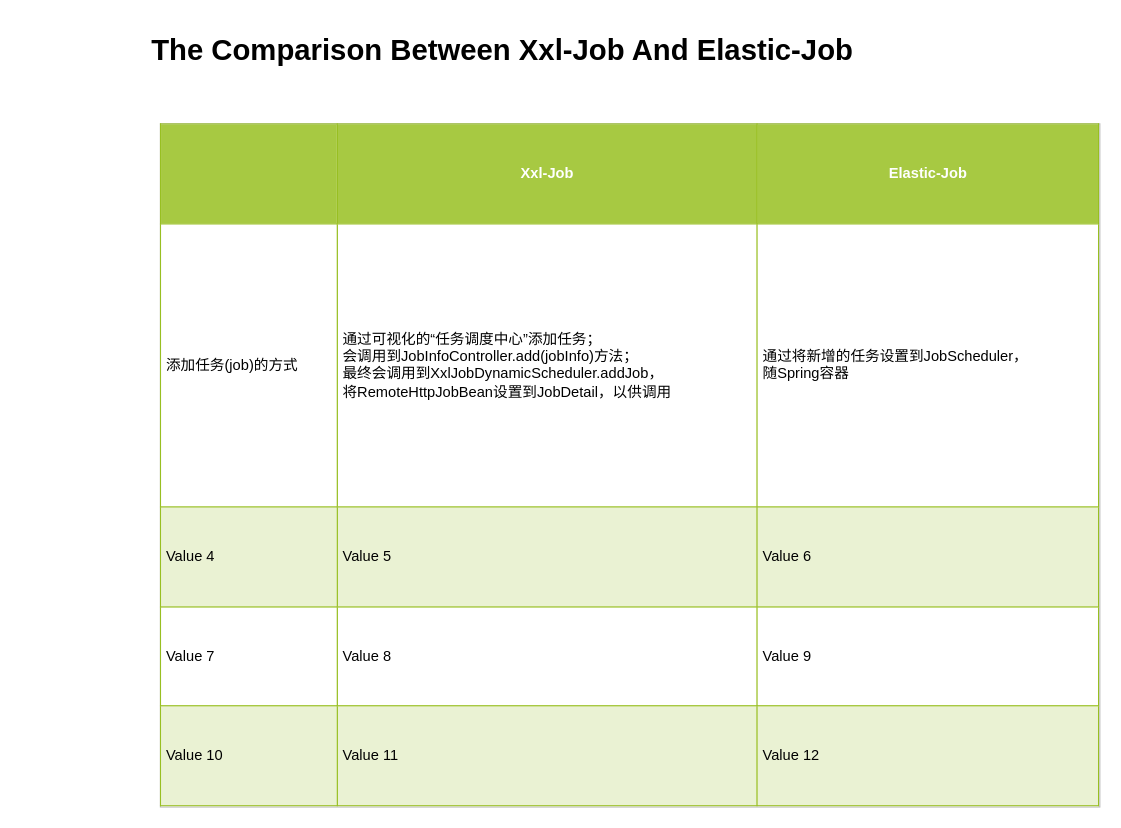
Before: xxl-job/The Comparison Between Xxl-Job And Elastic-Job.drawio in llrrbaba/BlogList, a draw.io diagram. Source tidied: cells renumbered, new cells numbered last; positions are measured from the earlier drawing's top-left corner, leaving out a move shared by most shapes. Both pictures are drawn from the tidied source at 122%, with x=0, y=0 at pixel (26, 26).
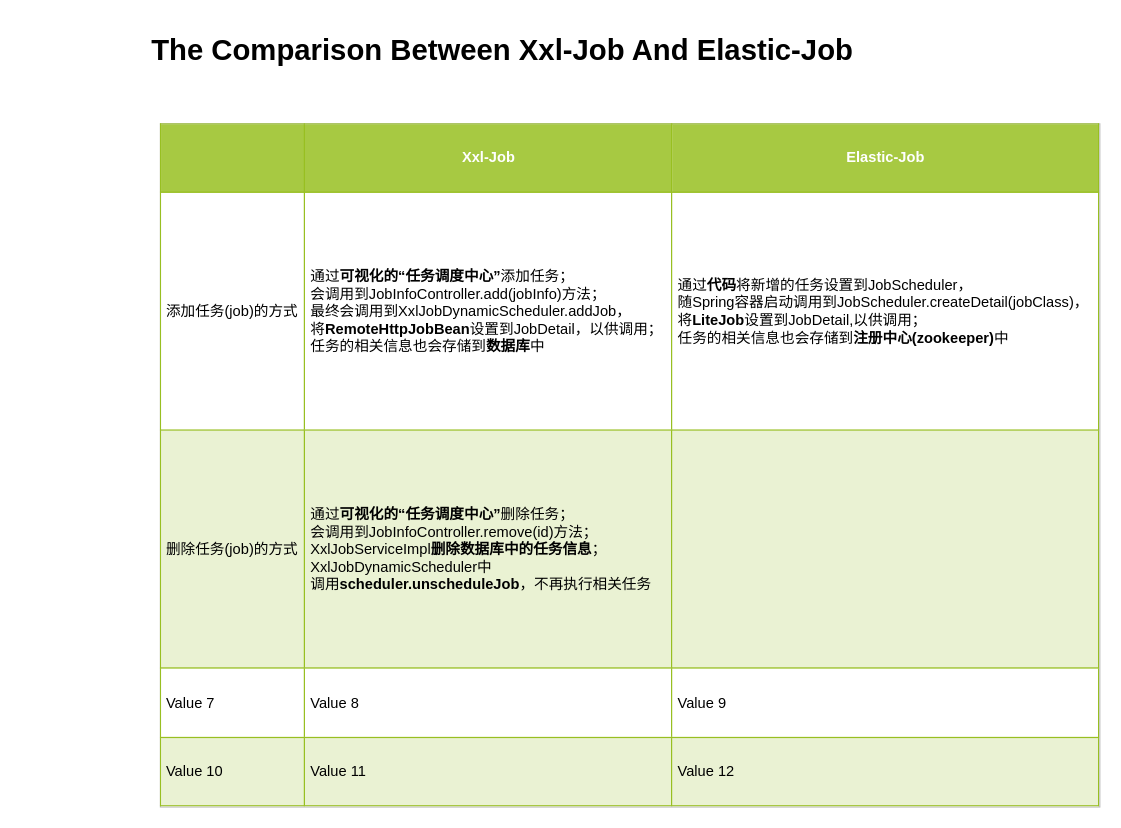
Above is the later version.

What changed in the source:
```diff
@@
 <mxGraphModel background="#ffffff">
   <root>
     <mxCell id="0" />
     <mxCell id="1" parent="0" />
     <mxCell id="2" value="The C&lt;span&gt;omparison Between Xxl-Job And Elastic-Job&lt;/span&gt;" style="text;strokeColor=none;fillColor=none;html=1;fontSize=24;fontStyle=1;verticalAlign=middle;align=center;rounded=0;shadow=1;" parent="1" vertex="1">
       <mxGeometry width="780" height="40" as="geometry" />
     </mxCell>
-    <mxCell id="3" value="&lt;table border=&quot;1&quot; width=&quot;100%&quot; cellpadding=&quot;4&quot; style=&quot;width: 100% ; height: 100% ; border-collapse: collapse&quot;&gt;&lt;tbody&gt;&lt;tr style=&quot;background-color: #a7c942 ; color: #ffffff ; border: 1px solid #98bf21&quot;&gt;&lt;th align=&quot;left&quot;&gt;&lt;br&gt;&lt;/th&gt;&lt;th align=&quot;left&quot; style=&quot;text-align: center&quot;&gt;Xxl-Job&lt;/th&gt;&lt;th align=&quot;left&quot; style=&quot;text-align: center&quot;&gt;Elastic-Job&lt;/th&gt;&lt;/tr&gt;&lt;tr style=&quot;border: 1px solid #98bf21&quot;&gt;&lt;td&gt;添加任务(job)的方式&lt;/td&gt;&lt;td&gt;通过可视化的“任务调度中心”添加任务；&lt;br&gt;会调用到JobInfoController.add(jobInfo)方法；&lt;br&gt;最终会调用到XxlJobDynamicScheduler.addJob，&lt;br&gt;将RemoteHttpJobBean设置到JobDetail，以供调用&lt;/td&gt;&lt;td&gt;通过将新增的任务设置到JobScheduler，&lt;br&gt;随Spring容器&lt;/td&gt;&lt;/tr&gt;&lt;tr style=&quot;background-color: #eaf2d3 ; border: 1px solid #98bf21&quot;&gt;&lt;td&gt;Value 4&lt;/td&gt;&lt;td&gt;Value 5&lt;/td&gt;&lt;td&gt;Value 6&lt;/td&gt;&lt;/tr&gt;&lt;tr style=&quot;border: 1px solid #98bf21&quot;&gt;&lt;td&gt;Value 7&lt;/td&gt;&lt;td&gt;Value 8&lt;/td&gt;&lt;td&gt;Value 9&lt;/td&gt;&lt;/tr&gt;&lt;tr style=&quot;background-color: #eaf2d3 ; border: 1px solid #98bf21&quot;&gt;&lt;td&gt;Value 10&lt;/td&gt;&lt;td&gt;Value 11&lt;/td&gt;&lt;td&gt;Value 12&lt;/td&gt;&lt;/tr&gt;&lt;/tbody&gt;&lt;/table&gt;" style="text;html=1;strokeColor=#c0c0c0;fillColor=#ffffff;overflow=fill;rounded=0;" parent="1" vertex="1">
+    <mxCell id="3" value="&lt;table border=&quot;1&quot; width=&quot;100%&quot; cellpadding=&quot;4&quot; style=&quot;width: 100% ; height: 100% ; border-collapse: collapse&quot;&gt;&lt;tbody&gt;&lt;tr style=&quot;background-color: #a7c942 ; color: #ffffff ; border: 1px solid #98bf21&quot;&gt;&lt;th align=&quot;left&quot;&gt;&lt;br&gt;&lt;/th&gt;&lt;th align=&quot;left&quot; style=&quot;text-align: center&quot;&gt;Xxl-Job&lt;/th&gt;&lt;th align=&quot;left&quot; style=&quot;text-align: center&quot;&gt;Elastic-Job&lt;/th&gt;&lt;/tr&gt;&lt;tr style=&quot;border: 1px solid #98bf21&quot;&gt;&lt;td&gt;添加任务(job)的方式&lt;/td&gt;&lt;td&gt;通过&lt;b&gt;可视化的“任务调度中心”&lt;/b&gt;添加任务；&lt;br&gt;会调用到JobInfoController.add(jobInfo)方法；&lt;br&gt;最终会调用到XxlJobDynamicScheduler.addJob，&lt;br&gt;将&lt;b&gt;RemoteHttpJobBean&lt;/b&gt;设置到JobDetail，以供调用；&lt;br&gt;任务的相关信息也会存储到&lt;b&gt;数据库&lt;/b&gt;中&lt;/td&gt;&lt;td&gt;通过&lt;b&gt;代码&lt;/b&gt;将新增的任务设置到JobScheduler，&lt;br&gt;随Spring容器启动调用到JobScheduler.createDetail(jobClass)，&lt;br&gt;将&lt;b&gt;LiteJob&lt;/b&gt;设置到JobDetail,以供调用；&lt;br&gt;任务的相关信息也会存储到&lt;b&gt;注册中心(zookeeper)&lt;/b&gt;中&lt;/td&gt;&lt;/tr&gt;&lt;tr style=&quot;background-color: #eaf2d3 ; border: 1px solid #98bf21&quot;&gt;&lt;td&gt;删除任务(job)的方式&lt;/td&gt;&lt;td&gt;通过&lt;b&gt;可视化的“任务调度中心”&lt;/b&gt;删除任务；&lt;br&gt;会调用到JobInfoController.remove(id)方法；&lt;br&gt;XxlJobServiceImpl&lt;b&gt;删除数据库中的任务信息&lt;/b&gt;；&lt;br&gt;XxlJobDynamicScheduler中&lt;br&gt;调用&lt;b&gt;scheduler&lt;/b&gt;&lt;b&gt;.unscheduleJob&lt;/b&gt;，不再执行相关任务&lt;/td&gt;&lt;td&gt;&lt;br&gt;&lt;/td&gt;&lt;/tr&gt;&lt;tr style=&quot;border: 1px solid #98bf21&quot;&gt;&lt;td&gt;Value 7&lt;/td&gt;&lt;td&gt;Value 8&lt;/td&gt;&lt;td&gt;Value 9&lt;/td&gt;&lt;/tr&gt;&lt;tr style=&quot;background-color: #eaf2d3 ; border: 1px solid #98bf21&quot;&gt;&lt;td&gt;Value 10&lt;/td&gt;&lt;td&gt;Value 11&lt;/td&gt;&lt;td&gt;Value 12&lt;/td&gt;&lt;/tr&gt;&lt;/tbody&gt;&lt;/table&gt;" style="text;html=1;strokeColor=#c0c0c0;fillColor=#ffffff;overflow=fill;rounded=0;" parent="1" vertex="1">
       <mxGeometry x="110" y="80" width="770" height="560" as="geometry" />
     </mxCell>
   </root>
 </mxGraphModel>
```
